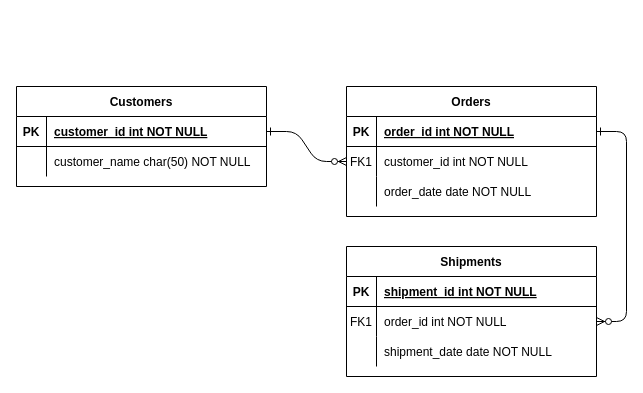
Before: resource/제목 없는 다이어그램.drawio in cryscham123/ERdiagram, a draw.io diagram. Source tidied: cells renumbered, new cells numbered last; positions are measured from the earlier drawing's top-left corner, leaving out a move shared by most shapes. Both pictures are drawn from the tidied source at 100%, with x=0, y=0 at pixel (16, 86).
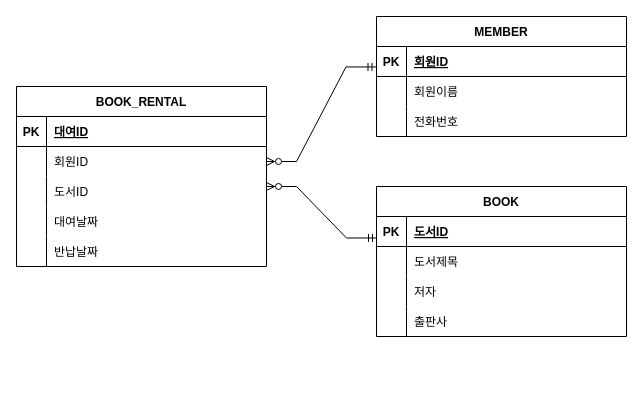
Above is the later version.

Commit message:
제목 없는 다이어그램.drawio 업데이트

The change refers to these unchanged cells:
```xml
<mxCell id="5" style="shape=partialRectangle;fillColor=none;points=[[0,0.5],[1,0.5]];portConstraint=eastwest;top=0;left=0;right=0;bottom=1;" parent="4" vertex="1">
  <mxGeometry y="30" width="250" height="30" as="geometry" />
</mxCell>
<mxCell id="15" style="shape=partialRectangle;fillColor=none;points=[[0,0.5],[1,0.5]];portConstraint=eastwest;top=0;left=0;right=0;bottom=1;" parent="14" vertex="1">
  <mxGeometry y="30" width="250" height="30" as="geometry" />
</mxCell>
<mxCell id="25" style="shape=partialRectangle;fillColor=none;points=[[0,0.5],[1,0.5]];portConstraint=eastwest;top=0;left=0;right=0;bottom=1;" parent="24" vertex="1">
  <mxGeometry y="30" width="250" height="30" as="geometry" />
</mxCell>
<mxCell id="28" style="shape=partialRectangle;fillColor=none;points=[[0,0.5],[1,0.5]];portConstraint=eastwest;top=0;left=0;right=0;bottom=0;" parent="24" vertex="1">
  <mxGeometry y="60" width="250" height="30" as="geometry" />
</mxCell>
```

Change to the diagram source:
```diff
@@
-    <mxCell id="2" style="edgeStyle=entityRelationEdgeStyle;endArrow=ERzeroToMany;startArrow=ERone;endFill=1;startFill=0;" parent="1" edge="1" source="25" target="8">
-      <mxGeometry relative="1" as="geometry" />
-    </mxCell>
-    <mxCell id="3" style="edgeStyle=entityRelationEdgeStyle;endArrow=ERzeroToMany;startArrow=ERone;endFill=1;startFill=0;" parent="1" edge="1" source="5" target="18">
-      <mxGeometry relative="1" as="geometry" />
-    </mxCell>
-    <mxCell id="4" value="Orders" style="shape=table;startSize=30;childLayout=tableLayout;rowLines=0;fontStyle=1;align=center;" parent="1" vertex="1">
-      <mxGeometry x="330" width="250" height="130" as="geometry" />
+    <mxCell id="4" value="MEMBER" style="shape=table;startSize=30;childLayout=tableLayout;rowLines=0;fontStyle=1;align=center;" parent="1" vertex="1">
+      <mxGeometry x="360" y="-70" width="250" height="120" as="geometry" />
     </mxCell>
@@
-    <mxCell id="7" value="order_id int NOT NULL " style="shape=partialRectangle;overflow=hidden;fillColor=none;top=0;left=0;bottom=0;right=0;align=left;spacingLeft=6;fontStyle=5;" parent="5" vertex="1">
+    <mxCell id="7" value="회원ID" style="shape=partialRectangle;overflow=hidden;fillColor=none;top=0;left=0;bottom=0;right=0;align=left;spacingLeft=6;fontStyle=5;" parent="5" vertex="1">
       <mxGeometry x="30" width="220" height="30" as="geometry" />
     </mxCell>
-    <mxCell id="8" style="shape=partialRectangle;fillColor=none;points=[[0,0.5],[1,0.5]];portConstraint=eastwest;top=0;left=0;right=0;bottom=0;" parent="4" vertex="1">
-      <mxGeometry y="60" width="250" height="30" as="geometry" />
-    </mxCell>
-    <mxCell id="9" value="FK1" style="shape=partialRectangle;overflow=hidden;fillColor=none;top=0;left=0;bottom=0;right=0;" parent="8" vertex="1">
-      <mxGeometry width="30" height="30" as="geometry" />
-    </mxCell>
-    <mxCell id="10" value="customer_id int NOT NULL" style="shape=partialRectangle;overflow=hidden;fillColor=none;top=0;left=0;bottom=0;right=0;align=left;spacingLeft=6;" parent="8" vertex="1">
-      <mxGeometry x="30" width="220" height="30" as="geometry" />
-    </mxCell>
     <mxCell id="11" style="shape=partialRectangle;fillColor=none;top=0;left=0;right=0;bottom=0;" parent="4" vertex="1">
-      <mxGeometry y="90" width="250" height="30" as="geometry" />
+      <mxGeometry y="60" width="250" height="30" as="geometry" />
     </mxCell>
@@
-    <mxCell id="13" value="order_date date NOT NULL" style="shape=partialRectangle;overflow=hidden;fillColor=none;top=0;left=0;bottom=0;right=0;align=left;spacingLeft=6;" parent="11" vertex="1">
+    <mxCell id="13" value="회원이름" style="shape=partialRectangle;overflow=hidden;fillColor=none;top=0;left=0;bottom=0;right=0;align=left;spacingLeft=6;" parent="11" vertex="1">
       <mxGeometry x="30" width="220" height="30" as="geometry" />
     </mxCell>
+    <mxCell id="31" style="shape=partialRectangle;fillColor=none;top=0;left=0;right=0;bottom=0;" parent="4" vertex="1">
+      <mxGeometry y="90" width="250" height="30" as="geometry" />
+    </mxCell>
+    <mxCell id="32" style="shape=partialRectangle;overflow=hidden;fillColor=none;top=0;left=0;bottom=0;right=0;" parent="31" vertex="1">
+      <mxGeometry width="30" height="30" as="geometry" />
+    </mxCell>
+    <mxCell id="33" value="전화번호" style="shape=partialRectangle;overflow=hidden;fillColor=none;top=0;left=0;bottom=0;right=0;align=left;spacingLeft=6;" parent="31" vertex="1">
+      <mxGeometry x="30" width="220" height="30" as="geometry" />
+    </mxCell>
-    <mxCell id="14" value="Shipments" style="shape=table;startSize=30;childLayout=tableLayout;rowLines=0;fontStyle=1;align=center;" parent="1" vertex="1">
-      <mxGeometry x="330" y="160" width="250" height="130" as="geometry" />
+    <mxCell id="14" value="BOOK" style="shape=table;startSize=30;childLayout=tableLayout;rowLines=0;fontStyle=1;align=center;" parent="1" vertex="1">
+      <mxGeometry x="360" y="100" width="250" height="150" as="geometry" />
     </mxCell>
@@
-    <mxCell id="17" value="shipment_id int NOT NULL " style="shape=partialRectangle;overflow=hidden;fillColor=none;top=0;left=0;bottom=0;right=0;align=left;spacingLeft=6;fontStyle=5;" parent="15" vertex="1">
+    <mxCell id="17" value="도서ID" style="shape=partialRectangle;overflow=hidden;fillColor=none;top=0;left=0;bottom=0;right=0;align=left;spacingLeft=6;fontStyle=5;" parent="15" vertex="1">
       <mxGeometry x="30" width="220" height="30" as="geometry" />
     </mxCell>
-    <mxCell id="18" style="shape=partialRectangle;fillColor=none;points=[[0,0.5],[1,0.5]];portConstraint=eastwest;top=0;left=0;right=0;bottom=0;" parent="14" vertex="1">
-      <mxGeometry y="60" width="250" height="30" as="geometry" />
-    </mxCell>
-    <mxCell id="19" value="FK1" style="shape=partialRectangle;overflow=hidden;fillColor=none;top=0;left=0;bottom=0;right=0;" parent="18" vertex="1">
-      <mxGeometry width="30" height="30" as="geometry" />
-    </mxCell>
-    <mxCell id="20" value="order_id int NOT NULL" style="shape=partialRectangle;overflow=hidden;fillColor=none;top=0;left=0;bottom=0;right=0;align=left;spacingLeft=6;" parent="18" vertex="1">
-      <mxGeometry x="30" width="220" height="30" as="geometry" />
-    </mxCell>
     <mxCell id="21" style="shape=partialRectangle;fillColor=none;top=0;left=0;right=0;bottom=0;" parent="14" vertex="1">
-      <mxGeometry y="90" width="250" height="30" as="geometry" />
+      <mxGeometry y="60" width="250" height="30" as="geometry" />
     </mxCell>
@@
-    <mxCell id="23" value="shipment_date date NOT NULL" style="shape=partialRectangle;overflow=hidden;fillColor=none;top=0;left=0;bottom=0;right=0;align=left;spacingLeft=6;" parent="21" vertex="1">
+    <mxCell id="23" value="도서제목" style="shape=partialRectangle;overflow=hidden;fillColor=none;top=0;left=0;bottom=0;right=0;align=left;spacingLeft=6;" parent="21" vertex="1">
       <mxGeometry x="30" width="220" height="30" as="geometry" />
     </mxCell>
+    <mxCell id="34" style="shape=partialRectangle;fillColor=none;top=0;left=0;right=0;bottom=0;" parent="14" vertex="1">
+      <mxGeometry y="90" width="250" height="30" as="geometry" />
+    </mxCell>
+    <mxCell id="35" style="shape=partialRectangle;overflow=hidden;fillColor=none;top=0;left=0;bottom=0;right=0;" parent="34" vertex="1">
+      <mxGeometry width="30" height="30" as="geometry" />
+    </mxCell>
+    <mxCell id="36" value="저자" style="shape=partialRectangle;overflow=hidden;fillColor=none;top=0;left=0;bottom=0;right=0;align=left;spacingLeft=6;" parent="34" vertex="1">
+      <mxGeometry x="30" width="220" height="30" as="geometry" />
+    </mxCell>
+    <mxCell id="37" style="shape=partialRectangle;fillColor=none;top=0;left=0;right=0;bottom=0;" parent="14" vertex="1">
+      <mxGeometry y="120" width="250" height="30" as="geometry" />
+    </mxCell>
+    <mxCell id="38" style="shape=partialRectangle;overflow=hidden;fillColor=none;top=0;left=0;bottom=0;right=0;" parent="37" vertex="1">
+      <mxGeometry width="30" height="30" as="geometry" />
+    </mxCell>
+    <mxCell id="39" value="출판사" style="shape=partialRectangle;overflow=hidden;fillColor=none;top=0;left=0;bottom=0;right=0;align=left;spacingLeft=6;" parent="37" vertex="1">
+      <mxGeometry x="30" width="220" height="30" as="geometry" />
+    </mxCell>
-    <mxCell id="24" value="Customers" style="shape=table;startSize=30;childLayout=tableLayout;rowLines=0;fontStyle=1;align=center;" parent="1" vertex="1">
-      <mxGeometry width="250" height="100" as="geometry" />
+    <mxCell id="24" value="BOOK_RENTAL" style="shape=table;startSize=30;childLayout=tableLayout;rowLines=0;fontStyle=1;align=center;" parent="1" vertex="1">
+      <mxGeometry width="250" height="180" as="geometry" />
     </mxCell>
@@
-    <mxCell id="27" value="customer_id int NOT NULL " style="shape=partialRectangle;overflow=hidden;fillColor=none;top=0;left=0;bottom=0;right=0;align=left;spacingLeft=6;fontStyle=5;" parent="25" vertex="1">
+    <mxCell id="27" value="대여ID" style="shape=partialRectangle;overflow=hidden;fillColor=none;top=0;left=0;bottom=0;right=0;align=left;spacingLeft=6;fontStyle=5;" parent="25" vertex="1">
       <mxGeometry x="30" width="220" height="30" as="geometry" />
     </mxCell>
@@
-    <mxCell id="30" value="customer_name char(50) NOT NULL" style="shape=partialRectangle;overflow=hidden;fillColor=none;top=0;left=0;bottom=0;right=0;align=left;spacingLeft=6;" parent="28" vertex="1">
+    <mxCell id="30" value="회원ID" style="shape=partialRectangle;overflow=hidden;fillColor=none;top=0;left=0;bottom=0;right=0;align=left;spacingLeft=6;" parent="28" vertex="1">
       <mxGeometry x="30" width="220" height="30" as="geometry" />
     </mxCell>
+    <mxCell id="40" style="shape=partialRectangle;fillColor=none;points=[[0,0.5],[1,0.5]];portConstraint=eastwest;top=0;left=0;right=0;bottom=0;" parent="24" vertex="1">
+      <mxGeometry y="90" width="250" height="30" as="geometry" />
+    </mxCell>
+    <mxCell id="41" style="shape=partialRectangle;overflow=hidden;fillColor=none;top=0;left=0;bottom=0;right=0;" parent="40" vertex="1">
+      <mxGeometry width="30" height="30" as="geometry" />
+    </mxCell>
+    <mxCell id="42" value="도서ID" style="shape=partialRectangle;overflow=hidden;fillColor=none;top=0;left=0;bottom=0;right=0;align=left;spacingLeft=6;" parent="40" vertex="1">
+      <mxGeometry x="30" width="220" height="30" as="geometry" />
+    </mxCell>
+    <mxCell id="43" style="shape=partialRectangle;fillColor=none;top=0;left=0;right=0;bottom=0;" parent="24" vertex="1">
+      <mxGeometry y="120" width="250" height="30" as="geometry" />
+    </mxCell>
+    <mxCell id="44" style="shape=partialRectangle;overflow=hidden;fillColor=none;top=0;left=0;bottom=0;right=0;" parent="43" vertex="1">
+      <mxGeometry width="30" height="30" as="geometry" />
+    </mxCell>
+    <mxCell id="45" value="대여날짜" style="shape=partialRectangle;overflow=hidden;fillColor=none;top=0;left=0;bottom=0;right=0;align=left;spacingLeft=6;" parent="43" vertex="1">
+      <mxGeometry x="30" width="220" height="30" as="geometry" />
+    </mxCell>
+    <mxCell id="46" style="shape=partialRectangle;fillColor=none;top=0;left=0;right=0;bottom=0;" parent="24" vertex="1">
+      <mxGeometry y="150" width="250" height="30" as="geometry" />
+    </mxCell>
+    <mxCell id="47" style="shape=partialRectangle;overflow=hidden;fillColor=none;top=0;left=0;bottom=0;right=0;" parent="46" vertex="1">
+      <mxGeometry width="30" height="30" as="geometry" />
+    </mxCell>
+    <mxCell id="48" value="반납날짜" style="shape=partialRectangle;overflow=hidden;fillColor=none;top=0;left=0;bottom=0;right=0;align=left;spacingLeft=6;" parent="46" vertex="1">
+      <mxGeometry x="30" width="220" height="30" as="geometry" />
+    </mxCell>
+    <mxCell id="49" style="edgeStyle=entityRelationEdgeStyle;fontSize=12;html=1;endArrow=ERmandOne;startArrow=ERzeroToMany;rounded=0;exitX=1;exitY=0.5;exitDx=0;exitDy=0;exitPerimeter=0;entryX=-0.002;entryY=0.682;entryDx=0;entryDy=0;entryPerimeter=0;startFill=0;endFill=0;" parent="1" edge="1" source="28" target="5">
+      <mxGeometry relative="1" as="geometry" />
+    </mxCell>
+    <mxCell id="50" style="edgeStyle=entityRelationEdgeStyle;fontSize=12;html=1;endArrow=ERmandOne;startArrow=ERzeroToMany;rounded=0;exitX=1;exitY=0.333;exitDx=0;exitDy=0;exitPerimeter=0;entryX=0;entryY=0.716;entryDx=0;entryDy=0;entryPerimeter=0;startFill=0;endFill=0;" parent="1" edge="1" source="40" target="15">
+      <mxGeometry relative="1" as="geometry" />
+    </mxCell>
```
